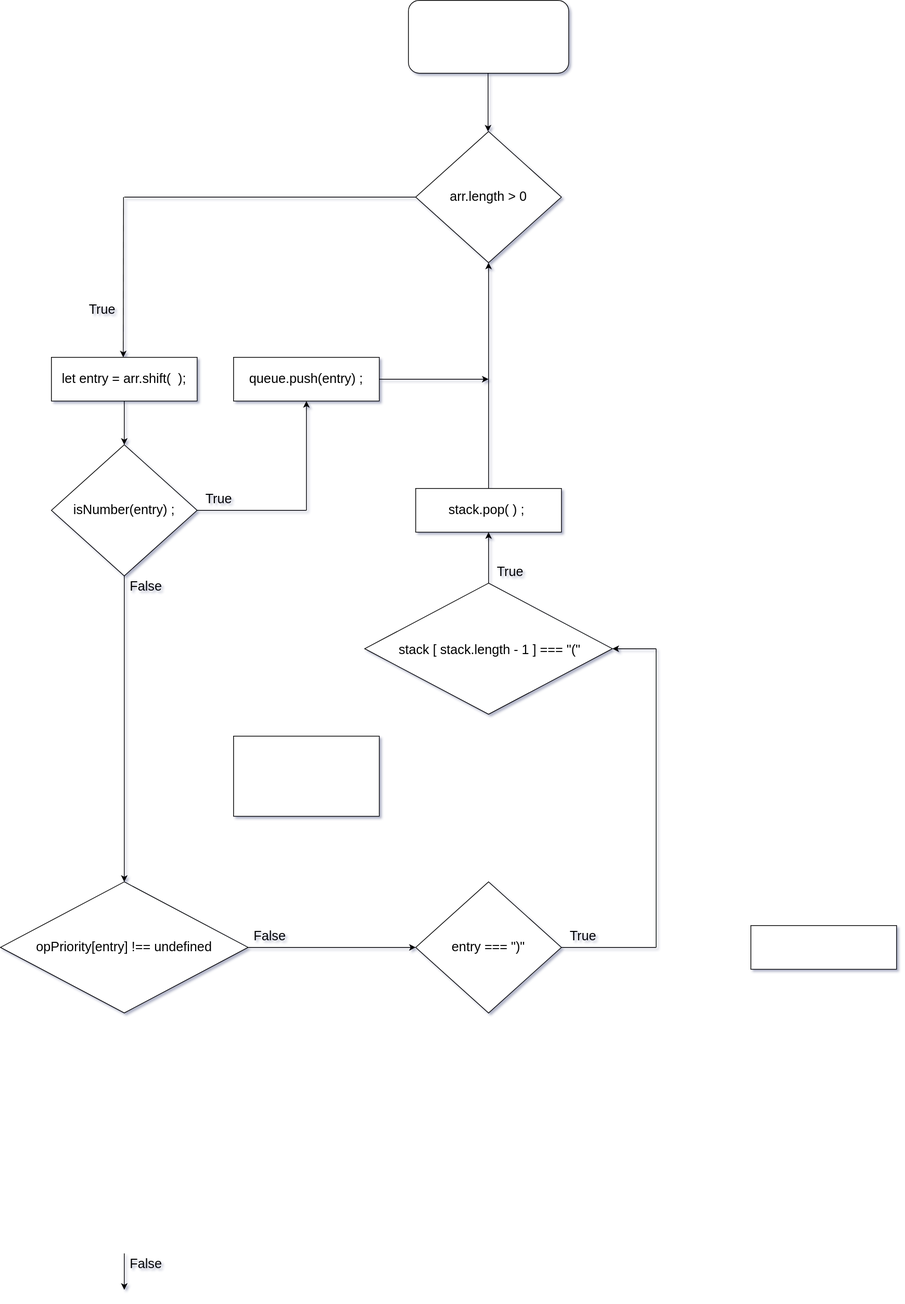
This is Untitled Diagram.drawio.svg from jcgm3205/jcgm3205, a draw.io export, as it was before one commit. Source tidied: cells renumbered, new cells last; positions are measured from the earlier drawing's top-left corner, leaving out a move shared by most shapes.
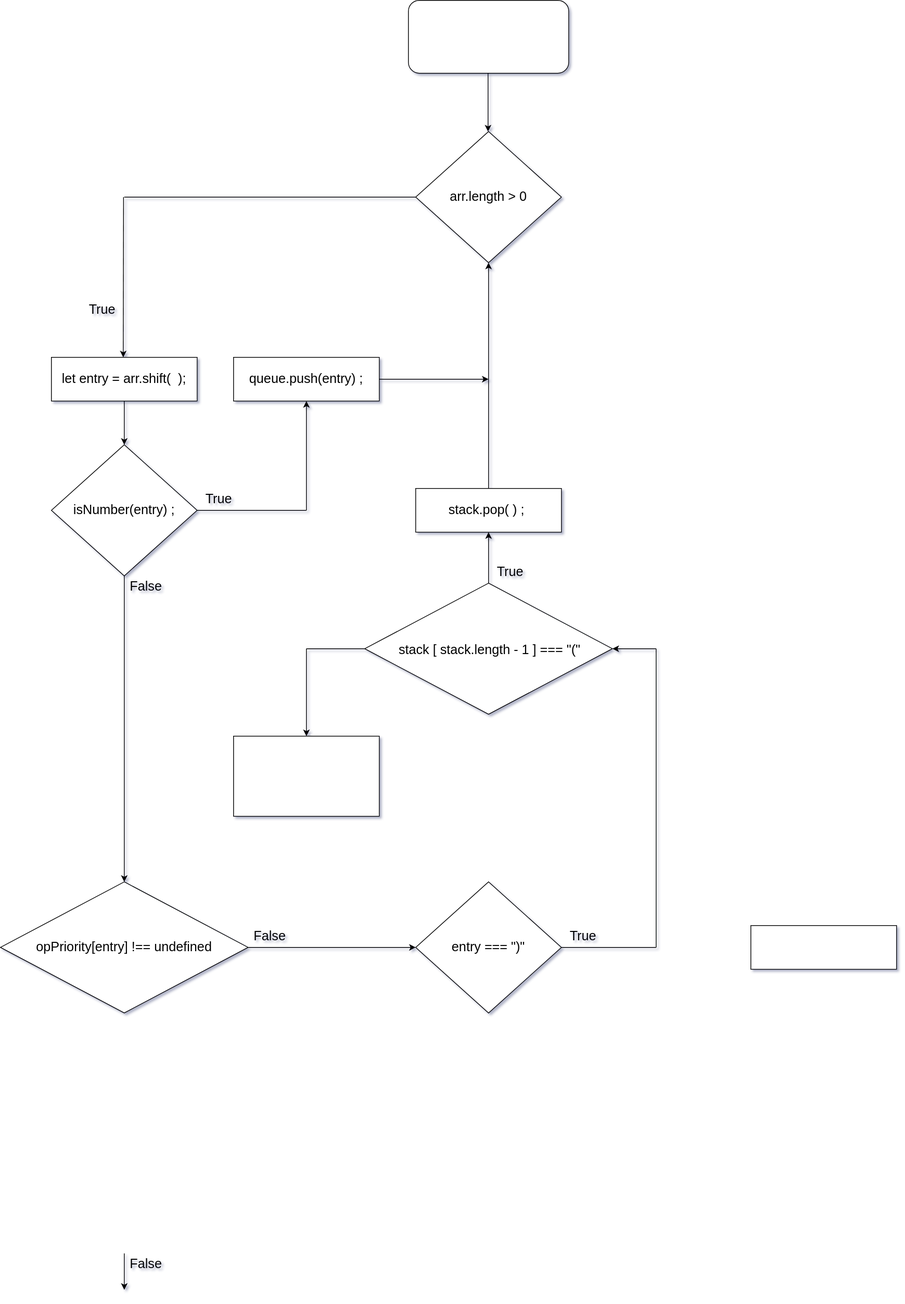
Above is the later version.

The edit, as a diff of the source:
```diff
@@ -159,5 +159,16 @@
     <mxCell id="42" value="stack.pop( ) ;&amp;nbsp;" style="text;html=1;strokeColor=none;fillColor=none;align=center;verticalAlign=middle;whiteSpace=wrap;rounded=0;fontSize=18;" parent="1" vertex="1">
       <mxGeometry x="570" y="685" width="200" height="30" as="geometry" />
     </mxCell>
+    <mxCell id="43" style="endArrow=none;html=1;rounded=0;fontSize=18;" parent="1" edge="1">
+      <mxGeometry relative="1" as="geometry">
+        <mxPoint x="420" y="890" as="sourcePoint" />
+        <mxPoint x="500" y="890" as="targetPoint" />
+      </mxGeometry>
+    </mxCell>
+    <mxCell id="44" style="endArrow=classic;html=1;rounded=0;fontSize=18;entryX=0.5;entryY=0;entryDx=0;entryDy=0;" parent="1" edge="1" target="37">
+      <mxGeometry relative="1" as="geometry">
+        <mxPoint x="420" y="890" as="sourcePoint" />
+      </mxGeometry>
+    </mxCell>
   </root>
 </mxGraphModel>
```
